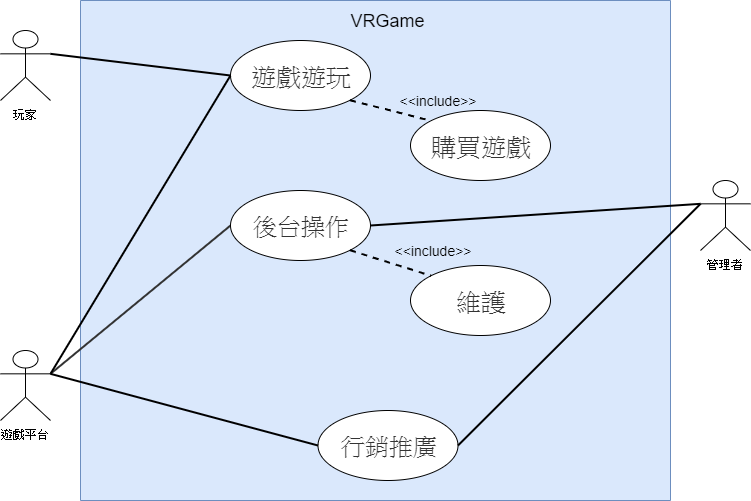
0624036/0624036_OO keeps this draw.io diagram as All使用案例圖.png. Above is the earlier version. Source tidied: cells renumbered, new cells last; positions are measured from the earlier drawing's top-left corner, leaving out a move shared by most shapes.
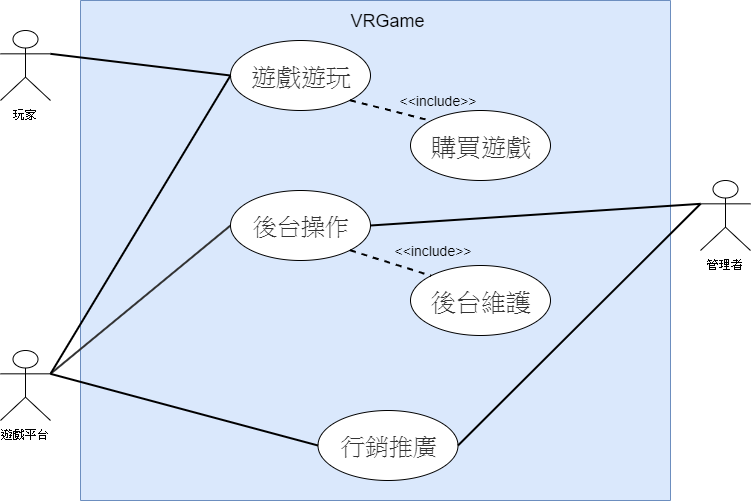
The same diagram one commit later.

Commit message:
Added All使用案例圖.png

Change to the diagram source:
```diff
@@ -53,7 +53,7 @@
     <mxCell id="18" value="&lt;font style=&quot;font-size: 14px&quot;&gt;&amp;lt;&amp;lt;include&amp;gt;&amp;gt;&lt;/font&gt;" style="text;html=1;strokeColor=none;fillColor=none;align=center;verticalAlign=middle;whiteSpace=wrap;rounded=0;" parent="1" vertex="1">
       <mxGeometry x="393" y="90" width="90" height="20" as="geometry" />
     </mxCell>
-    <mxCell id="19" value="&lt;font color=&quot;#333333&quot;&gt;&lt;span style=&quot;font-size: 25px&quot;&gt;維護&lt;/span&gt;&lt;/font&gt;" style="ellipse;whiteSpace=wrap;html=1;" parent="1" vertex="1">
+    <mxCell id="19" value="&lt;font color=&quot;#333333&quot;&gt;&lt;span style=&quot;font-size: 25px&quot;&gt;後台維護&lt;/span&gt;&lt;/font&gt;" style="ellipse;whiteSpace=wrap;html=1;" parent="1" vertex="1">
       <mxGeometry x="410" y="265" width="140" height="70" as="geometry" />
     </mxCell>
     <mxCell id="20" style="endArrow=none;html=1;fontSize=17;strokeWidth=2;exitX=1;exitY=1;exitDx=0;exitDy=0;dashed=1;entryX=0;entryY=0;entryDx=0;entryDy=0;" parent="1" edge="1" source="10" target="19">
```
